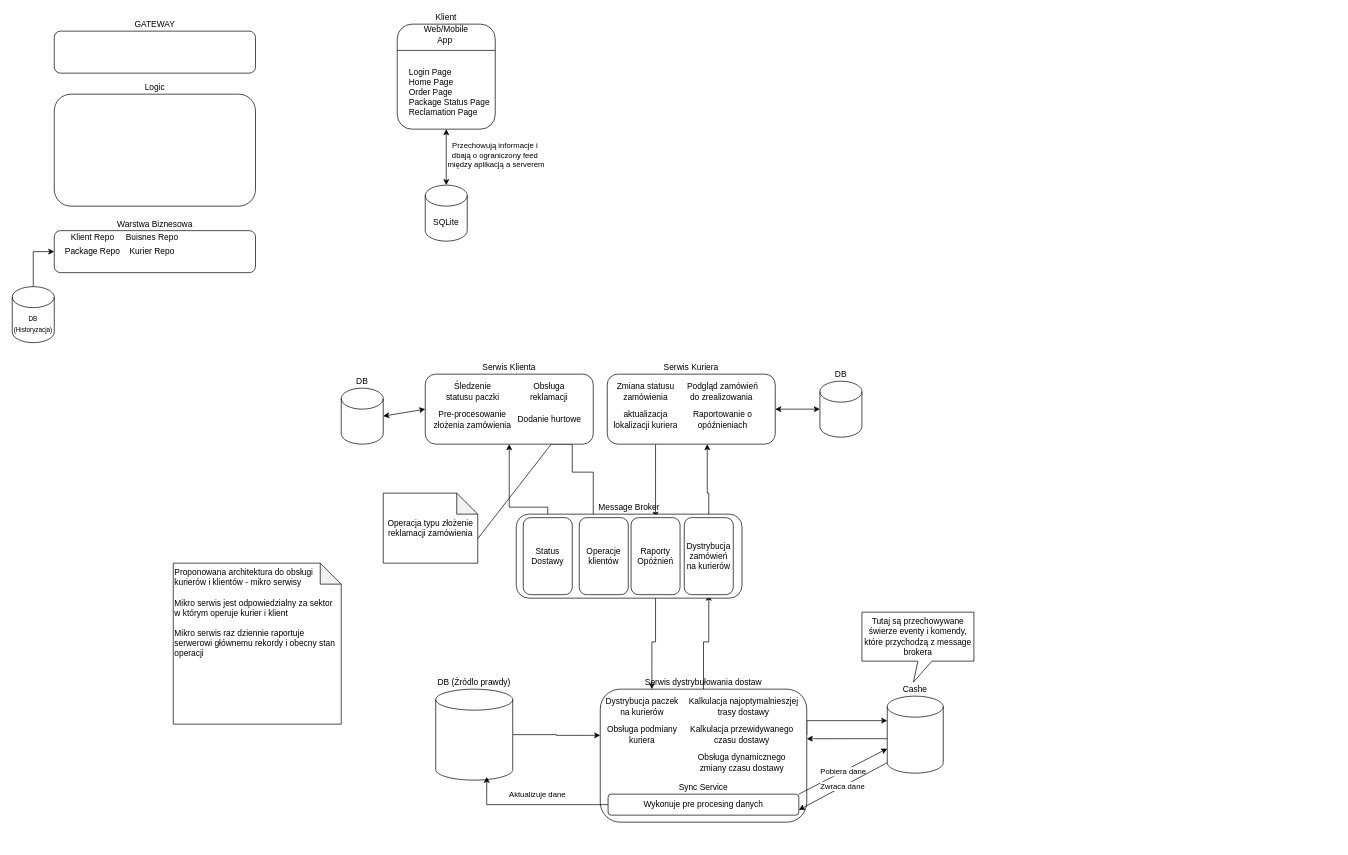
Above: architektura.drawio in Franio2018/Projekt-Zespolowy (draw.io), before the change. Source tidied: cells renumbered, new cells numbered last; positions are measured from the earlier drawing's top-left corner, leaving out a move shared by most shapes. Both pictures are drawn from the tidied source at 70%, with x=0, y=0 at pixel (12, 24).
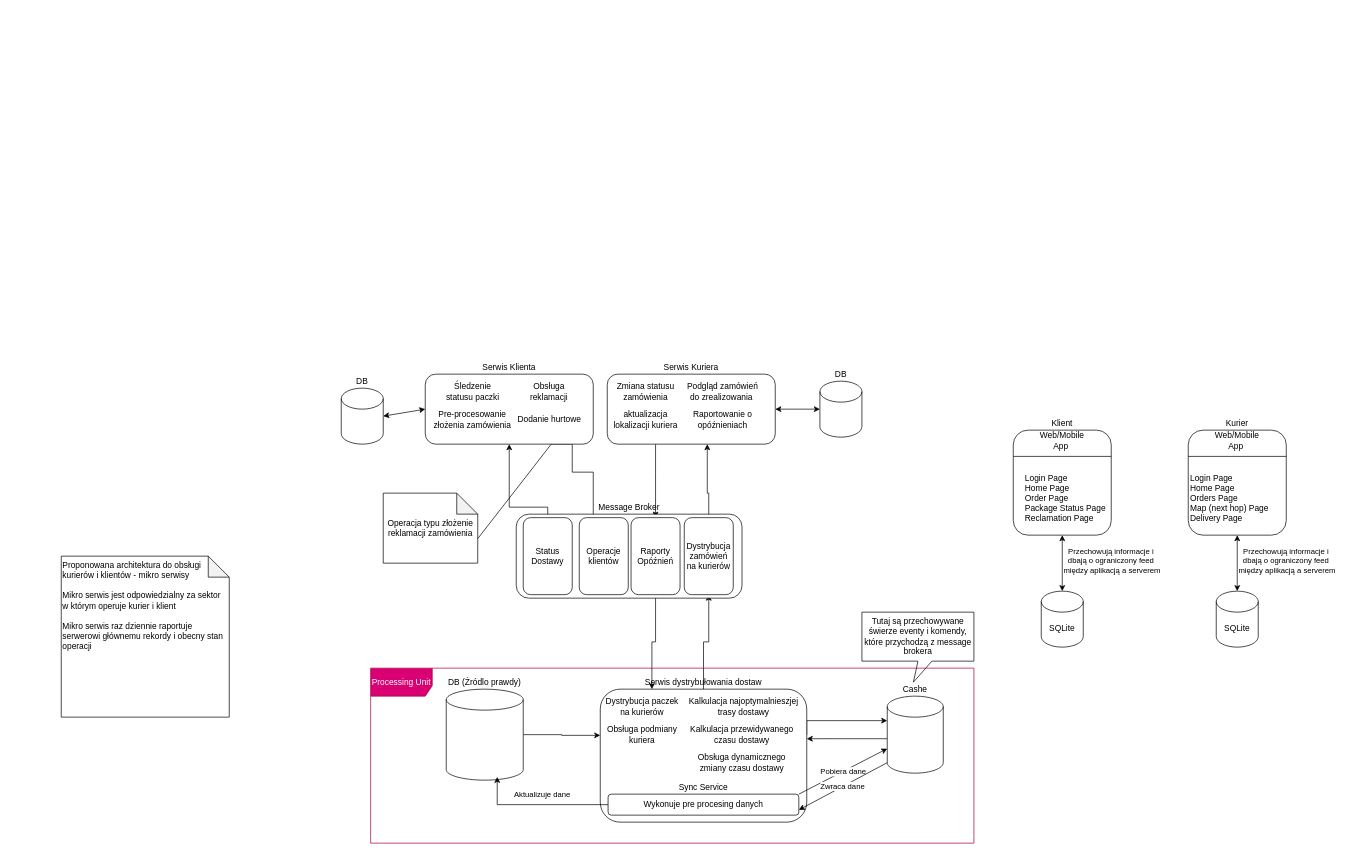
The same diagram, later.

Commit message:
poprawki wizualne

The edit, as a diff of the source:
```diff
@@
     <mxCell id="6" value="Klient" style="rounded=1;whiteSpace=wrap;html=1;roundedPerimeter=1;labelPosition=center;verticalLabelPosition=top;align=center;verticalAlign=bottom;" parent="1" vertex="1">
-      <mxGeometry x="550" width="140" height="150" as="geometry" />
+      <mxGeometry x="1430" y="580" width="140" height="150" as="geometry" />
     </mxCell>
-    <mxCell id="7" value="Warstwa Biznesowa" style="rounded=1;whiteSpace=wrap;html=1;roundedPerimeter=1;labelPosition=center;verticalLabelPosition=top;align=center;verticalAlign=bottom;" parent="1" vertex="1">
-      <mxGeometry x="60" y="295" width="287.5" height="60" as="geometry" />
-    </mxCell>
-    <mxCell id="8" style="edgeStyle=orthogonalEdgeStyle;rounded=0;jettySize=auto;html=1;entryX=0;entryY=0.5;entryDx=0;entryDy=0;" parent="1" edge="1" source="9" target="7">
-      <mxGeometry relative="1" as="geometry" />
-    </mxCell>
-    <mxCell id="9" value="&lt;font style=&quot;font-size: 9px;&quot;&gt;DB&lt;/font&gt;&lt;div&gt;&lt;font style=&quot;font-size: 9px;&quot;&gt;(Historyzacja)&lt;/font&gt;&lt;/div&gt;" style="shape=cylinder3;whiteSpace=wrap;html=1;boundedLbl=1;backgroundOutline=1;size=15;" parent="1" vertex="1">
-      <mxGeometry y="375" width="60" height="80" as="geometry" />
-    </mxCell>
     <mxCell id="10" value="Login Page&lt;div&gt;Home Page&lt;/div&gt;&lt;div&gt;Order Page&lt;/div&gt;&lt;div&gt;Package Status Page&amp;nbsp;&lt;/div&gt;&lt;div&gt;Reclamation Page&lt;/div&gt;&lt;div&gt;&lt;br&gt;&lt;/div&gt;&lt;div&gt;&lt;br&gt;&lt;/div&gt;" style="text;html=1;whiteSpace=wrap;strokeColor=none;fillColor=none;align=left;verticalAlign=top;rounded=0;" parent="1" vertex="1">
-      <mxGeometry x="565" y="55" width="125" height="80" as="geometry" />
+      <mxGeometry x="1445" y="635" width="125" height="80" as="geometry" />
     </mxCell>
     <mxCell id="11" value="Web/Mobile App&amp;nbsp;" style="text;html=1;whiteSpace=wrap;strokeColor=none;fillColor=none;align=center;verticalAlign=middle;rounded=0;" parent="1" vertex="1">
-      <mxGeometry x="575" width="90" height="30" as="geometry" />
+      <mxGeometry x="1455" y="580" width="90" height="30" as="geometry" />
     </mxCell>
@@
     <mxCell id="13" value="SQLite" style="shape=cylinder3;whiteSpace=wrap;html=1;boundedLbl=1;backgroundOutline=1;size=15;" parent="1" vertex="1">
-      <mxGeometry x="590" y="230" width="60" height="80" as="geometry" />
+      <mxGeometry x="1470" y="810" width="60" height="80" as="geometry" />
     </mxCell>
@@
-    <mxCell id="16" value="Klient Repo" style="text;html=1;whiteSpace=wrap;strokeColor=none;fillColor=none;align=center;verticalAlign=middle;rounded=0;" parent="1" vertex="1">
-      <mxGeometry x="80" y="290" width="70" height="30" as="geometry" />
-    </mxCell>
-    <mxCell id="17" value="Package Repo" style="text;html=1;whiteSpace=wrap;strokeColor=none;fillColor=none;align=center;verticalAlign=middle;rounded=0;" parent="1" vertex="1">
-      <mxGeometry x="70" y="310" width="90" height="30" as="geometry" />
-    </mxCell>
-    <mxCell id="18" value="Buisnes Repo" style="text;html=1;whiteSpace=wrap;strokeColor=none;fillColor=none;align=center;verticalAlign=middle;rounded=0;" parent="1" vertex="1">
-      <mxGeometry x="160" y="290" width="80" height="30" as="geometry" />
-    </mxCell>
-    <mxCell id="19" value="Kurier Repo" style="text;html=1;whiteSpace=wrap;strokeColor=none;fillColor=none;align=center;verticalAlign=middle;rounded=0;" parent="1" vertex="1">
-      <mxGeometry x="160" y="310" width="80" height="30" as="geometry" />
-    </mxCell>
-    <mxCell id="20" value="GATEWAY" style="rounded=1;whiteSpace=wrap;html=1;roundedPerimeter=1;labelPosition=center;verticalLabelPosition=top;align=center;verticalAlign=bottom;" parent="1" vertex="1">
-      <mxGeometry x="60" y="10" width="287.5" height="60" as="geometry" />
-    </mxCell>
-    <mxCell id="21" value="Logic" style="rounded=1;whiteSpace=wrap;html=1;roundedPerimeter=1;labelPosition=center;verticalLabelPosition=top;align=center;verticalAlign=bottom;" parent="1" vertex="1">
-      <mxGeometry x="60" y="100" width="287.5" height="160" as="geometry" />
-    </mxCell>
@@
-    <mxCell id="28" value="Proponowana architektura do obsługi kurierów i klientów - mikro serwisy&lt;div&gt;&lt;br&gt;&lt;/div&gt;&lt;div&gt;Mikro serwis jest odpowiedzialny za sektor w którym operuje kurier i klient&lt;/div&gt;&lt;div&gt;&lt;br&gt;&lt;/div&gt;&lt;div&gt;Mikro serwis raz dziennie raportuje serwerowi głównemu rekordy i obecny stan operacji&amp;nbsp;&lt;/div&gt;&lt;div&gt;&lt;br&gt;&lt;/div&gt;&lt;div&gt;&lt;br&gt;&lt;/div&gt;" style="shape=note;whiteSpace=wrap;html=1;backgroundOutline=1;darkOpacity=0.05;align=left;verticalAlign=top;" parent="1" vertex="1">
-      <mxGeometry x="230" y="770" width="240" height="230" as="geometry" />
+    <mxCell id="28" value="Proponowana architektura do obsługi kurierów i klientów - mikro serwisy&lt;div&gt;&lt;br&gt;&lt;/div&gt;&lt;div&gt;Mikro serwis jest odpowiedzialny za sektor w którym operuje kurier i klient&lt;/div&gt;&lt;div&gt;&lt;br&gt;&lt;/div&gt;&lt;div&gt;Mikro serwis raz dziennie raportuje serwerowi głównemu rekordy i obecny stan operacji&amp;nbsp;&lt;/div&gt;&lt;div&gt;&lt;br&gt;&lt;/div&gt;" style="shape=note;whiteSpace=wrap;html=1;backgroundOutline=1;darkOpacity=0.05;align=left;verticalAlign=top;" parent="1" vertex="1">
+      <mxGeometry x="70" y="760" width="240" height="230" as="geometry" />
     </mxCell>
@@
     <mxCell id="43" value="DB (Źródlo prawdy)" style="shape=cylinder3;whiteSpace=wrap;html=1;boundedLbl=1;backgroundOutline=1;size=15;labelPosition=center;verticalLabelPosition=top;align=center;verticalAlign=bottom;" parent="1" vertex="1">
-      <mxGeometry x="605" y="950" width="110" height="130" as="geometry" />
+      <mxGeometry x="620" y="950" width="110" height="130" as="geometry" />
     </mxCell>
@@
+    <mxCell id="64" value="Processing Unit" style="shape=umlFrame;whiteSpace=wrap;html=1;fillColor=#d80073;fontColor=#ffffff;strokeColor=#A50040;width=88;height=40;" parent="1" vertex="1">
+      <mxGeometry x="512" y="920" width="861.8" height="250" as="geometry" />
+    </mxCell>
+    <mxCell id="65" value="Kurier" style="rounded=1;whiteSpace=wrap;html=1;roundedPerimeter=1;labelPosition=center;verticalLabelPosition=top;align=center;verticalAlign=bottom;" parent="1" vertex="1">
+      <mxGeometry x="1680" y="580" width="140" height="150" as="geometry" />
+    </mxCell>
+    <mxCell id="66" value="Login Page&lt;div&gt;Home Page&lt;/div&gt;&lt;div&gt;Orders Page&lt;/div&gt;&lt;div&gt;Map (next hop) Page&amp;nbsp;&amp;nbsp;&lt;/div&gt;&lt;div&gt;Delivery Page&lt;/div&gt;&lt;div&gt;&lt;br&gt;&lt;/div&gt;&lt;div&gt;&lt;br&gt;&lt;/div&gt;" style="text;html=1;whiteSpace=wrap;strokeColor=none;fillColor=none;align=left;verticalAlign=top;rounded=0;" parent="1" vertex="1">
+      <mxGeometry x="1681" y="635" width="140" height="80" as="geometry" />
+    </mxCell>
+    <mxCell id="67" value="Web/Mobile App&amp;nbsp;" style="text;html=1;whiteSpace=wrap;strokeColor=none;fillColor=none;align=center;verticalAlign=middle;rounded=0;" parent="1" vertex="1">
+      <mxGeometry x="1705" y="580" width="90" height="30" as="geometry" />
+    </mxCell>
+    <mxCell id="68" style="endArrow=none;html=1;rounded=0;exitX=0;exitY=0.25;exitDx=0;exitDy=0;entryX=1;entryY=0.25;entryDx=0;entryDy=0;" parent="1" edge="1" source="65" target="65">
+      <mxGeometry relative="1" as="geometry" />
+    </mxCell>
+    <mxCell id="69" value="SQLite" style="shape=cylinder3;whiteSpace=wrap;html=1;boundedLbl=1;backgroundOutline=1;size=15;" parent="1" vertex="1">
+      <mxGeometry x="1720" y="810" width="60" height="80" as="geometry" />
+    </mxCell>
+    <mxCell id="70" style="endArrow=classic;startArrow=classic;html=1;rounded=0;exitX=0.5;exitY=0;exitDx=0;exitDy=0;exitPerimeter=0;entryX=0.5;entryY=1;entryDx=0;entryDy=0;" parent="1" edge="1" source="69" target="65">
+      <mxGeometry relative="1" as="geometry" />
+    </mxCell>
+    <mxCell id="71" value="Przechowują informacje i&amp;nbsp;&lt;div&gt;dbają o ograniczony feed&amp;nbsp;&lt;/div&gt;&lt;div&gt;między aplikacją a serverem&lt;/div&gt;" style="edgeLabel;html=1;align=center;verticalAlign=middle;" parent="70" vertex="1">
+      <mxGeometry x="0.42" y="-1" relative="1" as="geometry">
+        <mxPoint x="69" y="13" as="offset" />
+      </mxGeometry>
+    </mxCell>
```
